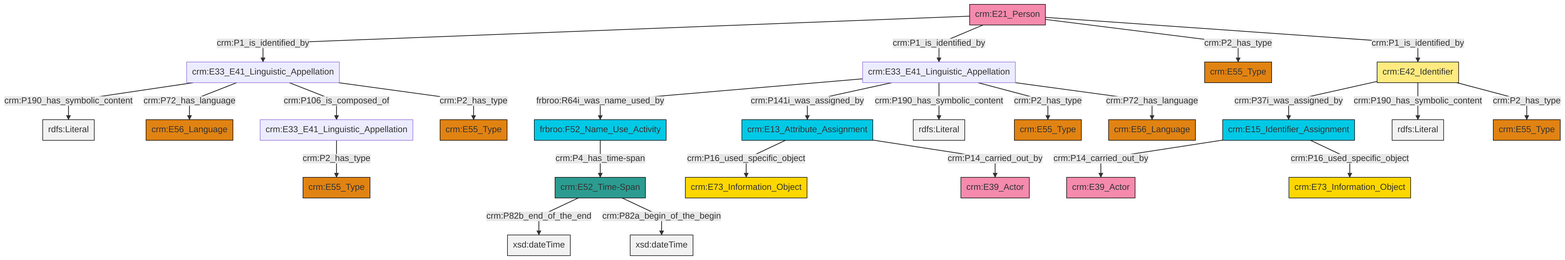
Earlier version of the Mermaid export et/personCSV/ttl/mmd/png/Person_Names_and_Classification.png (swiss-art-research-net/reference-data-models). Its source is kept beside it as et/personCSV/ttl/mmd/Person_Names_and_Classification.ttl.mmd.
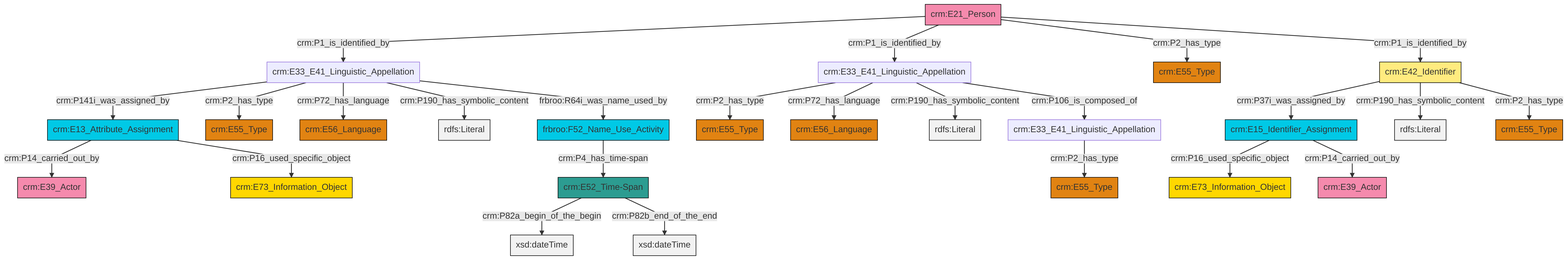
Later version of the same file.

Diff of the diagram source:
```diff
@@ -13,27 +13,27 @@
 classDef PC_Classes fill:#4ce600, stroke:#000000;
 classDef Multi fill:#cccccc,stroke:#000000;
 
-6["crm:E15_Identifier_Assignment"]:::Temporal_Entity -->|crm:P14_carried_out_by| 7["crm:E39_Actor"]:::Actor
-13["crm:E33_E41_Linguistic_Appellation"]:::Default -->|crm:P190_has_symbolic_content| 15[rdfs:Literal]:::Literal
-6["crm:E15_Identifier_Assignment"]:::Temporal_Entity -->|crm:P16_used_specific_object| 18["crm:E73_Information_Object"]:::Conceptual_Object
-19["crm:E33_E41_Linguistic_Appellation"]:::Default -->|frbroo:R64i_was_name_used_by| 8["frbroo:F52_Name_Use_Activity"]:::Temporal_Entity
-2["crm:E21_Person"]:::Actor -->|crm:P1_is_identified_by| 13["crm:E33_E41_Linguistic_Appellation"]:::Default
-19["crm:E33_E41_Linguistic_Appellation"]:::Default -->|crm:P141i_was_assigned_by| 20["crm:E13_Attribute_Assignment"]:::Temporal_Entity
-4["crm:E52_Time-Span"]:::Time-Span -->|crm:P82b_end_of_the_end| 21[xsd:dateTime]:::Literal
-19["crm:E33_E41_Linguistic_Appellation"]:::Default -->|crm:P190_has_symbolic_content| 23[rdfs:Literal]:::Literal
-4["crm:E52_Time-Span"]:::Time-Span -->|crm:P82a_begin_of_the_begin| 24[xsd:dateTime]:::Literal
-19["crm:E33_E41_Linguistic_Appellation"]:::Default -->|crm:P2_has_type| 25["crm:E55_Type"]:::Type
-2["crm:E21_Person"]:::Actor -->|crm:P1_is_identified_by| 19["crm:E33_E41_Linguistic_Appellation"]:::Default
-20["crm:E13_Attribute_Assignment"]:::Temporal_Entity -->|crm:P16_used_specific_object| 33["crm:E73_Information_Object"]:::Conceptual_Object
-10["crm:E42_Identifier"]:::Appellation -->|crm:P37i_was_assigned_by| 6["crm:E15_Identifier_Assignment"]:::Temporal_Entity
-10["crm:E42_Identifier"]:::Appellation -->|crm:P190_has_symbolic_content| 37[rdfs:Literal]:::Literal
-13["crm:E33_E41_Linguistic_Appellation"]:::Default -->|crm:P72_has_language| 38["crm:E56_Language"]:::Type
-2["crm:E21_Person"]:::Actor -->|crm:P2_has_type| 0["crm:E55_Type"]:::Type
-13["crm:E33_E41_Linguistic_Appellation"]:::Default -->|crm:P106_is_composed_of| 27["crm:E33_E41_Linguistic_Appellation"]:::Default
-2["crm:E21_Person"]:::Actor -->|crm:P1_is_identified_by| 10["crm:E42_Identifier"]:::Appellation
-10["crm:E42_Identifier"]:::Appellation -->|crm:P2_has_type| 41["crm:E55_Type"]:::Type
-13["crm:E33_E41_Linguistic_Appellation"]:::Default -->|crm:P2_has_type| 16["crm:E55_Type"]:::Type
-20["crm:E13_Attribute_Assignment"]:::Temporal_Entity -->|crm:P14_carried_out_by| 34["crm:E39_Actor"]:::Actor
-27["crm:E33_E41_Linguistic_Appellation"]:::Default -->|crm:P2_has_type| 31["crm:E55_Type"]:::Type
-19["crm:E33_E41_Linguistic_Appellation"]:::Default -->|crm:P72_has_language| 29["crm:E56_Language"]:::Type
-8["frbroo:F52_Name_Use_Activity"]:::Temporal_Entity -->|crm:P4_has_time-span| 4["crm:E52_Time-Span"]:::Time-Span
+2["crm:E33_E41_Linguistic_Appellation"]:::Default -->|crm:P2_has_type| 0["crm:E55_Type"]:::Type
+7["frbroo:F52_Name_Use_Activity"]:::Temporal_Entity -->|crm:P4_has_time-span| 8["crm:E52_Time-Span"]:::Time-Span
+13["crm:E21_Person"]:::Actor -->|crm:P1_is_identified_by| 14["crm:E33_E41_Linguistic_Appellation"]:::Default
+14["crm:E33_E41_Linguistic_Appellation"]:::Default -->|crm:P141i_was_assigned_by| 15["crm:E13_Attribute_Assignment"]:::Temporal_Entity
+14["crm:E33_E41_Linguistic_Appellation"]:::Default -->|crm:P2_has_type| 18["crm:E55_Type"]:::Type
+19["crm:E33_E41_Linguistic_Appellation"]:::Default -->|crm:P2_has_type| 5["crm:E55_Type"]:::Type
+9["crm:E42_Identifier"]:::Appellation -->|crm:P37i_was_assigned_by| 20["crm:E15_Identifier_Assignment"]:::Temporal_Entity
+9["crm:E42_Identifier"]:::Appellation -->|crm:P190_has_symbolic_content| 22[rdfs:Literal]:::Literal
+13["crm:E21_Person"]:::Actor -->|crm:P1_is_identified_by| 19["crm:E33_E41_Linguistic_Appellation"]:::Default
+19["crm:E33_E41_Linguistic_Appellation"]:::Default -->|crm:P72_has_language| 3["crm:E56_Language"]:::Type
+20["crm:E15_Identifier_Assignment"]:::Temporal_Entity -->|crm:P16_used_specific_object| 27["crm:E73_Information_Object"]:::Conceptual_Object
+19["crm:E33_E41_Linguistic_Appellation"]:::Default -->|crm:P190_has_symbolic_content| 29[rdfs:Literal]:::Literal
+13["crm:E21_Person"]:::Actor -->|crm:P2_has_type| 30["crm:E55_Type"]:::Type
+14["crm:E33_E41_Linguistic_Appellation"]:::Default -->|crm:P72_has_language| 16["crm:E56_Language"]:::Type
+15["crm:E13_Attribute_Assignment"]:::Temporal_Entity -->|crm:P14_carried_out_by| 32["crm:E39_Actor"]:::Actor
+14["crm:E33_E41_Linguistic_Appellation"]:::Default -->|crm:P190_has_symbolic_content| 33[rdfs:Literal]:::Literal
+14["crm:E33_E41_Linguistic_Appellation"]:::Default -->|frbroo:R64i_was_name_used_by| 7["frbroo:F52_Name_Use_Activity"]:::Temporal_Entity
+13["crm:E21_Person"]:::Actor -->|crm:P1_is_identified_by| 9["crm:E42_Identifier"]:::Appellation
+15["crm:E13_Attribute_Assignment"]:::Temporal_Entity -->|crm:P16_used_specific_object| 23["crm:E73_Information_Object"]:::Conceptual_Object
+8["crm:E52_Time-Span"]:::Time-Span -->|crm:P82a_begin_of_the_begin| 40[xsd:dateTime]:::Literal
+20["crm:E15_Identifier_Assignment"]:::Temporal_Entity -->|crm:P14_carried_out_by| 11["crm:E39_Actor"]:::Actor
+8["crm:E52_Time-Span"]:::Time-Span -->|crm:P82b_end_of_the_end| 42[xsd:dateTime]:::Literal
+19["crm:E33_E41_Linguistic_Appellation"]:::Default -->|crm:P106_is_composed_of| 2["crm:E33_E41_Linguistic_Appellation"]:::Default
+9["crm:E42_Identifier"]:::Appellation -->|crm:P2_has_type| 38["crm:E55_Type"]:::Type
```
